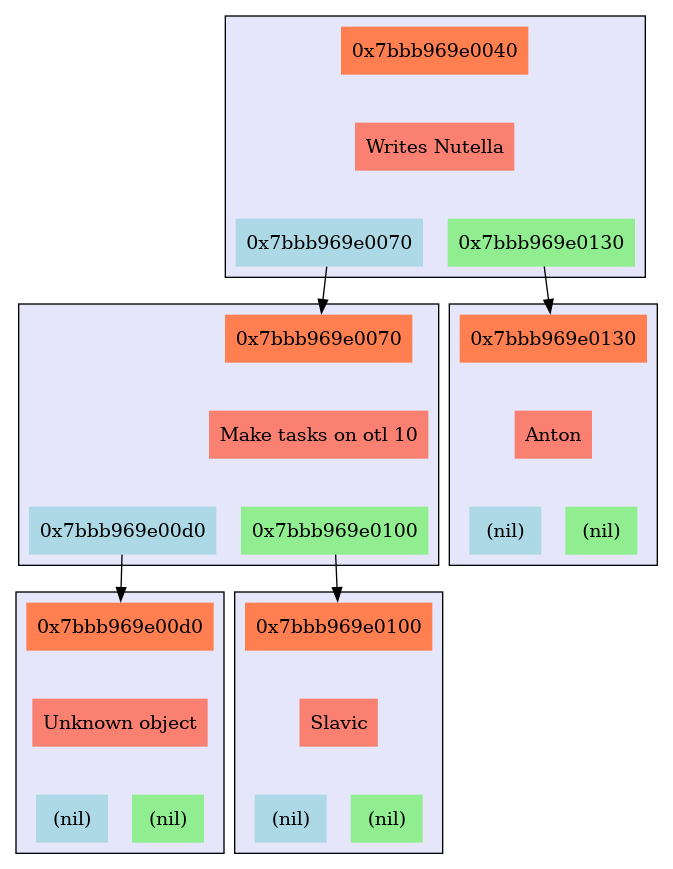
MasterVAE/MIPT_Akinator keeps this Graphviz diagram as files/tree.png. Above is the earlier version. Its source is kept beside it as files/tree.dot.
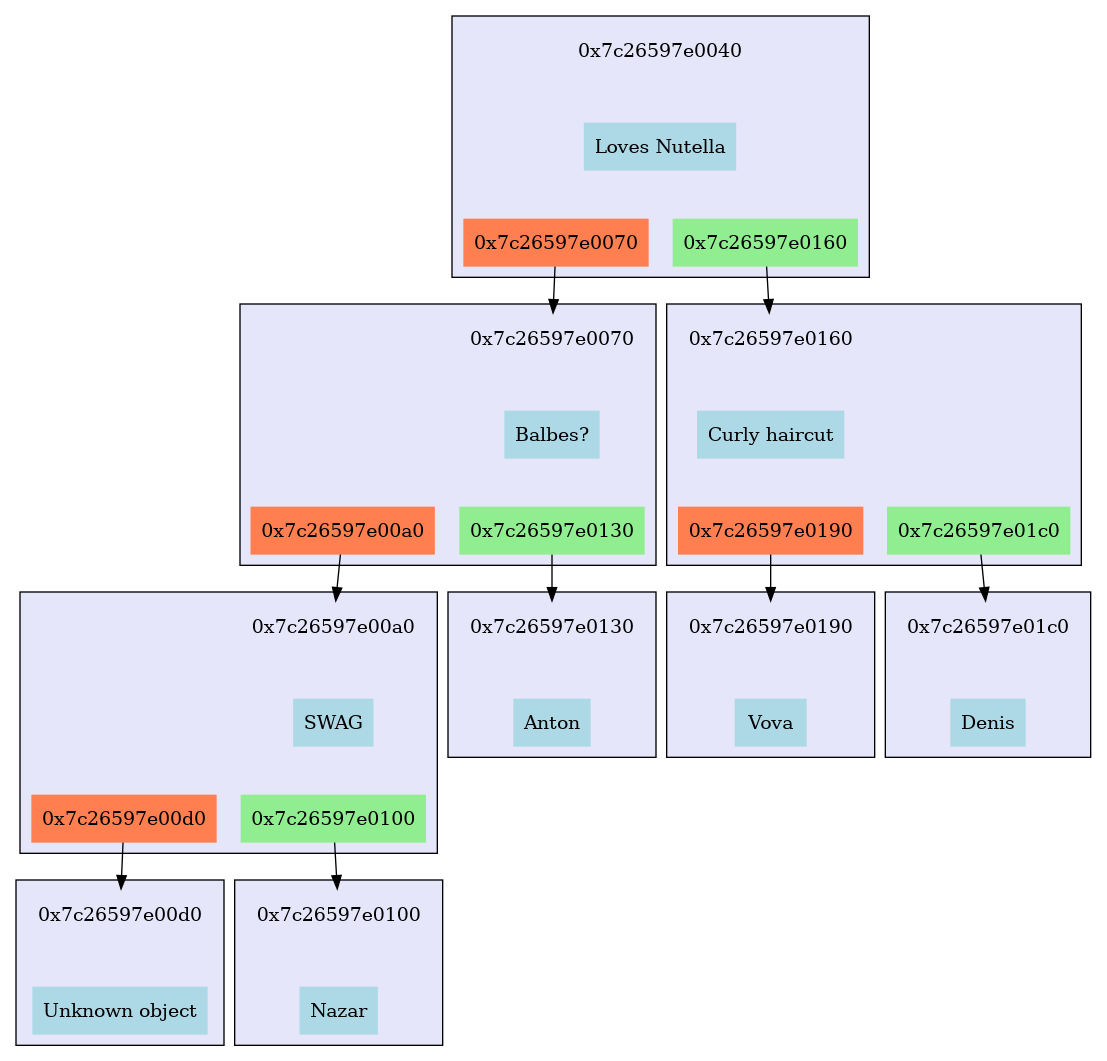
After the commit.

The edit, as a diff of the source:
```diff
@@ -1,92 +1,144 @@
-digraph G {	node [shape=plaintext, style="filled"];
-	rankdir=TB;
-subgraph cluster_0x7bbb969e0040
+digraph G {	 node [shape=plaintext, style="filled"];
+	 rankdir=TB;
+subgraph cluster_0x7c26597e0040
 {
-	 style=filled;
-	 rank=0;
-	 fillcolor=lavender;
-	 "0x7bbb969e0040_address"[label="0x7bbb969e0040",fillcolor="coral"];
-	 "0x7bbb969e0040_value"[label="Writes Nutella",fillcolor="salmon"];
-	 subgraph "0x7bbb969e0040_bottom"
-	 {
+	style=filled;
+	rank=0;
+	fillcolor=lavender;
+	"0x7c26597e0040_address"[label="0x7c26597e0040",fillcolor="lavender"];
+	"0x7c26597e0040_value"[label="Loves Nutella",fillcolor="lightblue"];
+	subgraph "0x7c26597e0040_bottom"
+	{
 		 style=invis;
-		 "0x7bbb969e0040_left"[label="0x7bbb969e0070",fillcolor="lightblue"];
-		 "0x7bbb969e0040_right"[label="0x7bbb969e0130",fillcolor="lightgreen"];
-	 }
-	 "0x7bbb969e0040_address"->"0x7bbb969e0040_value"[style=invis,weight=10];
-	 "0x7bbb969e0040_value"->"0x7bbb969e0040_left"[style=invis,weight=10];
-	 "0x7bbb969e0040_value"->"0x7bbb969e0040_right"[style=invis,weight=10];
+		"0x7c26597e0040_left"[label="0x7c26597e0070",fillcolor="coral"];
+		"0x7c26597e0040_right"[label="0x7c26597e0160",fillcolor="lightgreen"];
+	}
+	"0x7c26597e0040_address"->"0x7c26597e0040_value"[style=invis,weight=10];
+	"0x7c26597e0040_value"->"0x7c26597e0040_left"[style=invis,weight=10];
+	"0x7c26597e0040_value"->"0x7c26597e0040_right"[style=invis,weight=10];
 }
-"0x7bbb969e0040_left" -> "0x7bbb969e0070_address";
-subgraph cluster_0x7bbb969e0070
+"0x7c26597e0040_left" -> "0x7c26597e0070_address";
+subgraph cluster_0x7c26597e0070
 {
-	 style=filled;
-	 rank=1;
-	 fillcolor=lavender;
-	 "0x7bbb969e0070_address"[label="0x7bbb969e0070",fillcolor="coral"];
-	 "0x7bbb969e0070_value"[label="Make tasks on otl 10",fillcolor="salmon"];
-	 subgraph "0x7bbb969e0070_bottom"
-	 {
+	style=filled;
+	rank=1;
+	fillcolor=lavender;
+	"0x7c26597e0070_address"[label="0x7c26597e0070",fillcolor="lavender"];
+	"0x7c26597e0070_value"[label="Balbes?",fillcolor="lightblue"];
+	subgraph "0x7c26597e0070_bottom"
+	{
 		 style=invis;
-		 "0x7bbb969e0070_left"[label="0x7bbb969e00d0",fillcolor="lightblue"];
-		 "0x7bbb969e0070_right"[label="0x7bbb969e0100",fillcolor="lightgreen"];
-	 }
-	 "0x7bbb969e0070_address"->"0x7bbb969e0070_value"[style=invis,weight=10];
-	 "0x7bbb969e0070_value"->"0x7bbb969e0070_left"[style=invis,weight=10];
-	 "0x7bbb969e0070_value"->"0x7bbb969e0070_right"[style=invis,weight=10];
+		"0x7c26597e0070_left"[label="0x7c26597e00a0",fillcolor="coral"];
+		"0x7c26597e0070_right"[label="0x7c26597e0130",fillcolor="lightgreen"];
+	}
+	"0x7c26597e0070_address"->"0x7c26597e0070_value"[style=invis,weight=10];
+	"0x7c26597e0070_value"->"0x7c26597e0070_left"[style=invis,weight=10];
+	"0x7c26597e0070_value"->"0x7c26597e0070_right"[style=invis,weight=10];
 }
-"0x7bbb969e0070_left" -> "0x7bbb969e00d0_address";
-subgraph cluster_0x7bbb969e00d0
+"0x7c26597e0070_left" -> "0x7c26597e00a0_address";
+subgraph cluster_0x7c26597e00a0
 {
-	 style=filled;
-	 rank=2;
-	 fillcolor=lavender;
-	 "0x7bbb969e00d0_address"[label="0x7bbb969e00d0",fillcolor="coral"];
-	 "0x7bbb969e00d0_value"[label="Unknown object",fillcolor="salmon"];
-	 subgraph "0x7bbb969e00d0_bottom"
-	 {
+	style=filled;
+	rank=2;
+	fillcolor=lavender;
+	"0x7c26597e00a0_address"[label="0x7c26597e00a0",fillcolor="lavender"];
+	"0x7c26597e00a0_value"[label="SWAG",fillcolor="lightblue"];
+	subgraph "0x7c26597e00a0_bottom"
+	{
 		 style=invis;
-		 "0x7bbb969e00d0_left"[label="(nil)",fillcolor="lightblue"];
-		 "0x7bbb969e00d0_right"[label="(nil)",fillcolor="lightgreen"];
-	 }
-	 "0x7bbb969e00d0_address"->"0x7bbb969e00d0_value"[style=invis,weight=10];
-	 "0x7bbb969e00d0_value"->"0x7bbb969e00d0_left"[style=invis,weight=10];
-	 "0x7bbb969e00d0_value"->"0x7bbb969e00d0_right"[style=invis,weight=10];
+		"0x7c26597e00a0_left"[label="0x7c26597e00d0",fillcolor="coral"];
+		"0x7c26597e00a0_right"[label="0x7c26597e0100",fillcolor="lightgreen"];
+	}
+	"0x7c26597e00a0_address"->"0x7c26597e00a0_value"[style=invis,weight=10];
+	"0x7c26597e00a0_value"->"0x7c26597e00a0_left"[style=invis,weight=10];
+	"0x7c26597e00a0_value"->"0x7c26597e00a0_right"[style=invis,weight=10];
 }
-"0x7bbb969e0070_right" -> "0x7bbb969e0100_address";
-subgraph cluster_0x7bbb969e0100
+"0x7c26597e00a0_left" -> "0x7c26597e00d0_address";
+subgraph cluster_0x7c26597e00d0
 {
-	 style=filled;
-	 rank=2;
-	 fillcolor=lavender;
-	 "0x7bbb969e0100_address"[label="0x7bbb969e0100",fillcolor="coral"];
-	 "0x7bbb969e0100_value"[label="Slavic",fillcolor="salmon"];
-	 subgraph "0x7bbb969e0100_bottom"
-	 {
+	style=filled;
+	rank=3;
+	fillcolor=lavender;
+	"0x7c26597e00d0_address"[label="0x7c26597e00d0",fillcolor="lavender"];
+	"0x7c26597e00d0_value"[label="Unknown object",fillcolor="lightblue"];
+	subgraph "0x7c26597e00d0_bottom"
+	{
 		 style=invis;
-		 "0x7bbb969e0100_left"[label="(nil)",fillcolor="lightblue"];
-		 "0x7bbb969e0100_right"[label="(nil)",fillcolor="lightgreen"];
-	 }
-	 "0x7bbb969e0100_address"->"0x7bbb969e0100_value"[style=invis,weight=10];
-	 "0x7bbb969e0100_value"->"0x7bbb969e0100_left"[style=invis,weight=10];
-	 "0x7bbb969e0100_value"->"0x7bbb969e0100_right"[style=invis,weight=10];
+	}
+	"0x7c26597e00d0_address"->"0x7c26597e00d0_value"[style=invis,weight=10];
 }
-"0x7bbb969e0040_right" -> "0x7bbb969e0130_address";
-subgraph cluster_0x7bbb969e0130
+"0x7c26597e00a0_right" -> "0x7c26597e0100_address";
+subgraph cluster_0x7c26597e0100
 {
-	 style=filled;
-	 rank=1;
-	 fillcolor=lavender;
-	 "0x7bbb969e0130_address"[label="0x7bbb969e0130",fillcolor="coral"];
-	 "0x7bbb969e0130_value"[label="Anton",fillcolor="salmon"];
-	 subgraph "0x7bbb969e0130_bottom"
-	 {
+	style=filled;
+	rank=3;
+	fillcolor=lavender;
+	"0x7c26597e0100_address"[label="0x7c26597e0100",fillcolor="lavender"];
+	"0x7c26597e0100_value"[label="Nazar",fillcolor="lightblue"];
+	subgraph "0x7c26597e0100_bottom"
+	{
 		 style=invis;
-		 "0x7bbb969e0130_left"[label="(nil)",fillcolor="lightblue"];
-		 "0x7bbb969e0130_right"[label="(nil)",fillcolor="lightgreen"];
-	 }
-	 "0x7bbb969e0130_address"->"0x7bbb969e0130_value"[style=invis,weight=10];
-	 "0x7bbb969e0130_value"->"0x7bbb969e0130_left"[style=invis,weight=10];
-	 "0x7bbb969e0130_value"->"0x7bbb969e0130_right"[style=invis,weight=10];
+	}
+	"0x7c26597e0100_address"->"0x7c26597e0100_value"[style=invis,weight=10];
+}
+"0x7c26597e0070_right" -> "0x7c26597e0130_address";
+subgraph cluster_0x7c26597e0130
+{
+	style=filled;
+	rank=2;
+	fillcolor=lavender;
+	"0x7c26597e0130_address"[label="0x7c26597e0130",fillcolor="lavender"];
+	"0x7c26597e0130_value"[label="Anton",fillcolor="lightblue"];
+	subgraph "0x7c26597e0130_bottom"
+	{
+		 style=invis;
+	}
+	"0x7c26597e0130_address"->"0x7c26597e0130_value"[style=invis,weight=10];
+}
+"0x7c26597e0040_right" -> "0x7c26597e0160_address";
+subgraph cluster_0x7c26597e0160
+{
+	style=filled;
+	rank=1;
+	fillcolor=lavender;
+	"0x7c26597e0160_address"[label="0x7c26597e0160",fillcolor="lavender"];
+	"0x7c26597e0160_value"[label="Curly haircut",fillcolor="lightblue"];
+	subgraph "0x7c26597e0160_bottom"
+	{
+		 style=invis;
+		"0x7c26597e0160_left"[label="0x7c26597e0190",fillcolor="coral"];
+		"0x7c26597e0160_right"[label="0x7c26597e01c0",fillcolor="lightgreen"];
+	}
+	"0x7c26597e0160_address"->"0x7c26597e0160_value"[style=invis,weight=10];
+	"0x7c26597e0160_value"->"0x7c26597e0160_left"[style=invis,weight=10];
+	"0x7c26597e0160_value"->"0x7c26597e0160_right"[style=invis,weight=10];
+}
+"0x7c26597e0160_left" -> "0x7c26597e0190_address";
+subgraph cluster_0x7c26597e0190
+{
+	style=filled;
+	rank=2;
+	fillcolor=lavender;
+	"0x7c26597e0190_address"[label="0x7c26597e0190",fillcolor="lavender"];
+	"0x7c26597e0190_value"[label="Vova",fillcolor="lightblue"];
+	subgraph "0x7c26597e0190_bottom"
+	{
+		 style=invis;
+	}
+	"0x7c26597e0190_address"->"0x7c26597e0190_value"[style=invis,weight=10];
+}
+"0x7c26597e0160_right" -> "0x7c26597e01c0_address";
+subgraph cluster_0x7c26597e01c0
+{
+	style=filled;
+	rank=2;
+	fillcolor=lavender;
+	"0x7c26597e01c0_address"[label="0x7c26597e01c0",fillcolor="lavender"];
+	"0x7c26597e01c0_value"[label="Denis",fillcolor="lightblue"];
+	subgraph "0x7c26597e01c0_bottom"
+	{
+		 style=invis;
+	}
+	"0x7c26597e01c0_address"->"0x7c26597e01c0_value"[style=invis,weight=10];
 }
 }
```
